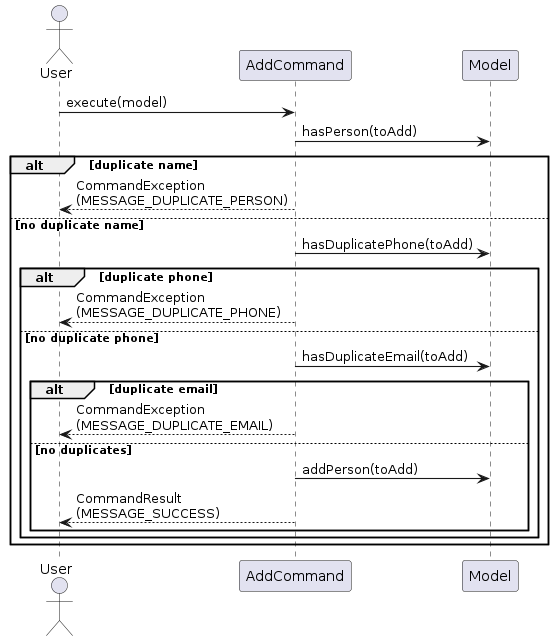
AY2526S2-CS2103T-T15-3/tp keeps this PlantUML diagram as diagrams/UniquenessConstraintSequence.png. Above is the earlier version. Its source is kept beside it as diagrams/UniquenessConstraintSequence.puml. Its diagram source:
```plantuml
@startuml
skinparam ArrowThickness 1.1
actor User
participant AddCommand
participant Model

User -> AddCommand : execute(model)

AddCommand -> Model : hasPerson(toAdd)
alt duplicate name
    AddCommand --> User : CommandException\n(MESSAGE_DUPLICATE_PERSON)
else no duplicate name
    AddCommand -> Model : hasDuplicatePhone(toAdd)
    alt duplicate phone
        AddCommand --> User : CommandException\n(MESSAGE_DUPLICATE_PHONE)
    else no duplicate phone
        AddCommand -> Model : hasDuplicateEmail(toAdd)
        alt duplicate email
            AddCommand --> User : CommandException\n(MESSAGE_DUPLICATE_EMAIL)
        else no duplicates
            AddCommand -> Model : addPerson(toAdd)
            AddCommand --> User : CommandResult\n(MESSAGE_SUCCESS)
        end
    end
end
@enduml
```
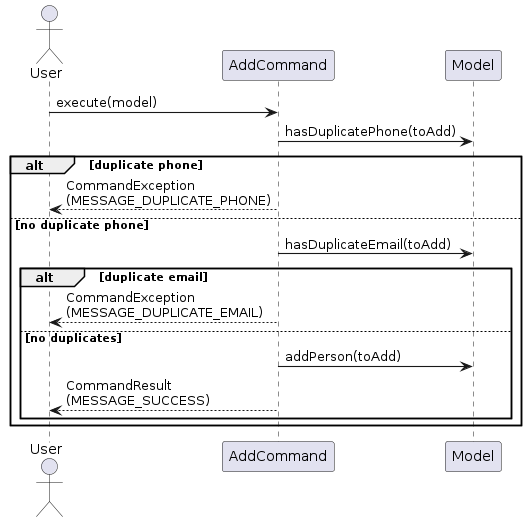
The same diagram one commit later.

Diff of the diagram source:
```diff
@@ -6,21 +6,17 @@
 
 User -> AddCommand : execute(model)
 
-AddCommand -> Model : hasPerson(toAdd)
-alt duplicate name
-    AddCommand --> User : CommandException\n(MESSAGE_DUPLICATE_PERSON)
-else no duplicate name
-    AddCommand -> Model : hasDuplicatePhone(toAdd)
-    alt duplicate phone
-        AddCommand --> User : CommandException\n(MESSAGE_DUPLICATE_PHONE)
-    else no duplicate phone
-        AddCommand -> Model : hasDuplicateEmail(toAdd)
-        alt duplicate email
-            AddCommand --> User : CommandException\n(MESSAGE_DUPLICATE_EMAIL)
-        else no duplicates
-            AddCommand -> Model : addPerson(toAdd)
-            AddCommand --> User : CommandResult\n(MESSAGE_SUCCESS)
-        end
+AddCommand -> Model : hasDuplicatePhone(toAdd)
+alt duplicate phone
+    AddCommand --> User : CommandException\n(MESSAGE_DUPLICATE_PHONE)
+else no duplicate phone
+    AddCommand -> Model : hasDuplicateEmail(toAdd)
+    alt duplicate email
+        AddCommand --> User : CommandException\n(MESSAGE_DUPLICATE_EMAIL)
+    else no duplicates
+        AddCommand -> Model : addPerson(toAdd)
+        AddCommand --> User : CommandResult\n(MESSAGE_SUCCESS)
     end
 end
+
 @enduml
```
